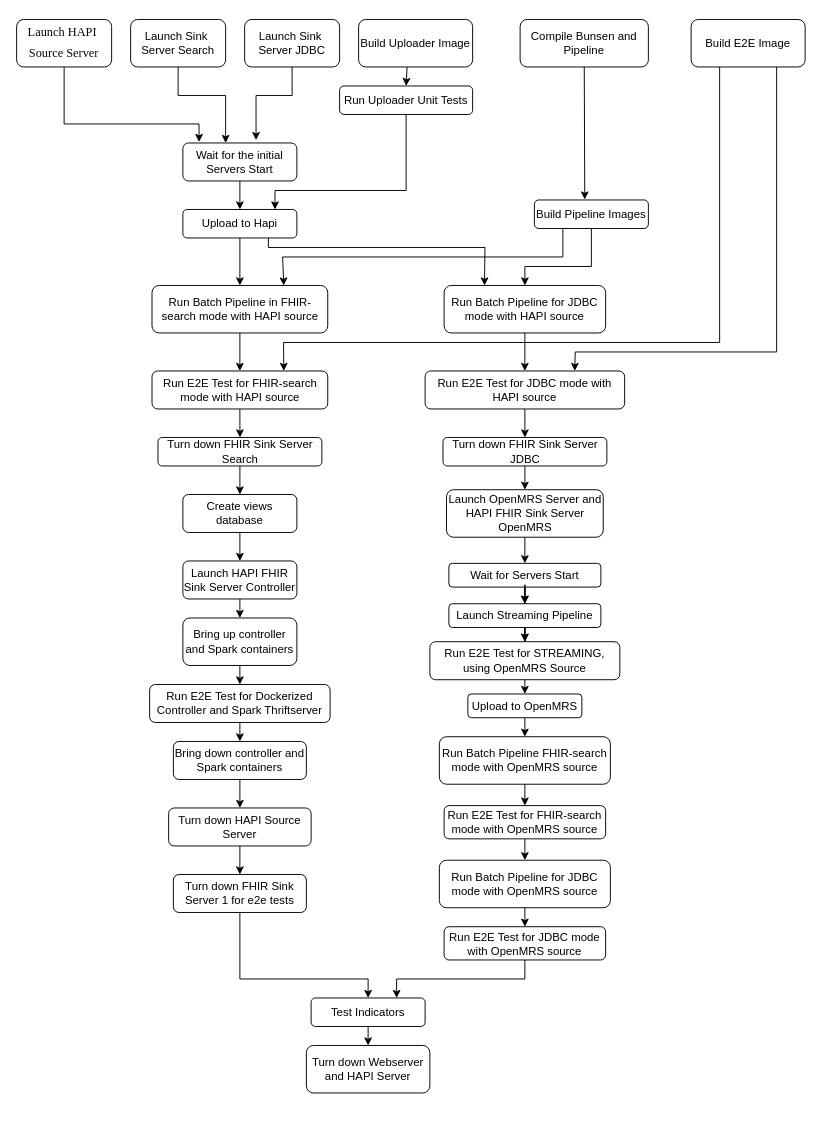
Before: doc/cloudbuild_flowChart.drawio.xml in google/fhir-data-pipes, a draw.io diagram. Source tidied: cells renumbered, new cells numbered last; positions are measured from the earlier drawing's top-left corner, leaving out a move shared by most shapes. Both pictures are drawn from the tidied source at 95%, with x=0, y=0 at pixel (16, 19).
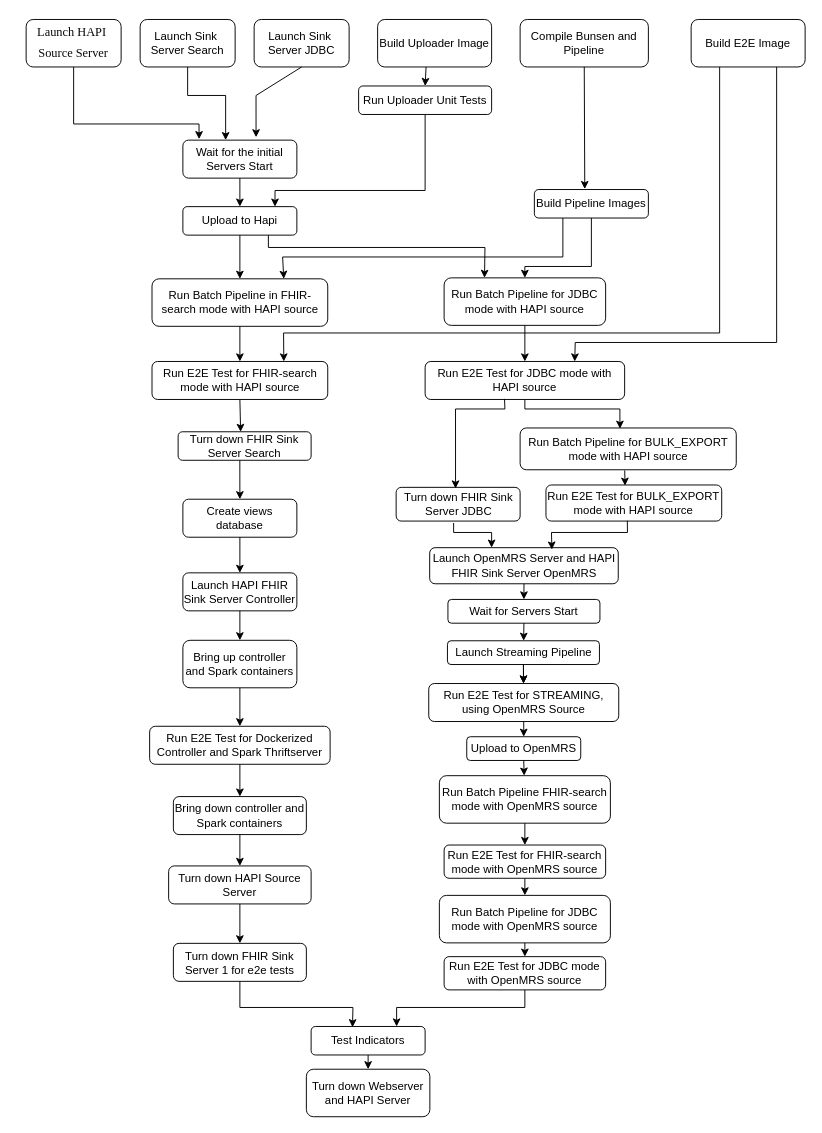
Above is the later version.

Unchanged cells that the change refers to:
```xml
<mxCell id="7" value="Build E2E Image" style="rounded=1;whiteSpace=wrap;html=1;" parent="1" vertex="1">
  <mxGeometry x="710" width="120" height="50" as="geometry" />
</mxCell>
```

What changed in the source:
```diff
@@
     <mxCell id="2" value="&lt;div style=&quot;background-color: rgb(255, 255, 255); font-size: 13px; line-height: 60%;&quot;&gt;&lt;pre style=&quot;line-height: 60%;&quot;&gt;&lt;font color=&quot;#080808&quot; style=&quot;font-size: 13px;&quot; face=&quot;Times New Roman&quot;&gt;&lt;font style=&quot;font-size: 13px;&quot;&gt;Launch HAPI &lt;/font&gt;&lt;/font&gt;&lt;/pre&gt;&lt;pre style=&quot;line-height: 60%;&quot;&gt;&lt;font color=&quot;#080808&quot; style=&quot;font-size: 13px;&quot; face=&quot;Times New Roman&quot;&gt;&lt;font style=&quot;font-size: 13px;&quot;&gt;Source Server&lt;/font&gt;&lt;/font&gt;&lt;/pre&gt;&lt;/div&gt;" style="rounded=1;whiteSpace=wrap;html=1;" parent="1" vertex="1">
-      <mxGeometry width="100" height="50" as="geometry" />
+      <mxGeometry x="10" width="100" height="50" as="geometry" />
     </mxCell>
@@
     <mxCell id="4" value="Build Uploader Image" style="rounded=1;whiteSpace=wrap;html=1;" parent="1" vertex="1">
-      <mxGeometry x="360" width="120" height="50" as="geometry" />
+      <mxGeometry x="380" width="120" height="50" as="geometry" />
     </mxCell>
     <mxCell id="5" value="Run Uploader Unit Tests" style="rounded=1;whiteSpace=wrap;html=1;" parent="1" vertex="1">
-      <mxGeometry x="340" y="70" width="140" height="30" as="geometry" />
+      <mxGeometry x="360" y="70" width="140" height="30" as="geometry" />
     </mxCell>
@@
     <mxCell id="8" value="Wait for the initial Servers Start" style="rounded=1;whiteSpace=wrap;html=1;" parent="1" vertex="1">
-      <mxGeometry x="175" y="130" width="120" height="40" as="geometry" />
+      <mxGeometry x="175" y="127" width="120" height="40" as="geometry" />
     </mxCell>
     <mxCell id="9" value="Upload to Hapi" style="rounded=1;whiteSpace=wrap;html=1;" parent="1" vertex="1">
-      <mxGeometry x="175" y="200" width="120" height="30" as="geometry" />
+      <mxGeometry x="175" y="197" width="120" height="30" as="geometry" />
     </mxCell>
@@
     <mxCell id="11" value="Build Pipeline Images" style="rounded=1;whiteSpace=wrap;html=1;" parent="1" vertex="1">
-      <mxGeometry x="545" y="190" width="120" height="30" as="geometry" />
+      <mxGeometry x="545" y="179" width="120" height="30" as="geometry" />
     </mxCell>
@@
     <mxCell id="13" value="Run Batch Pipeline in FHIR-search mode with HAPI source" style="rounded=1;whiteSpace=wrap;html=1;" parent="1" vertex="1">
-      <mxGeometry x="142.5" y="280" width="185" height="50" as="geometry" />
+      <mxGeometry x="142.5" y="273" width="185" height="50" as="geometry" />
     </mxCell>
@@
     <mxCell id="16" value="Run E2E Test for FHIR-search mode with HAPI source" style="rounded=1;whiteSpace=wrap;html=1;" parent="1" vertex="1">
-      <mxGeometry x="142.5" y="370" width="185" height="40" as="geometry" />
+      <mxGeometry x="142.5" y="360" width="185" height="40" as="geometry" />
     </mxCell>
@@
     <mxCell id="18" value="Run Batch Pipeline for JDBC mode with HAPI source" style="rounded=1;whiteSpace=wrap;html=1;" parent="1" vertex="1">
-      <mxGeometry x="450" y="280" width="170" height="50" as="geometry" />
+      <mxGeometry x="450" y="272" width="170" height="50" as="geometry" />
     </mxCell>
     <mxCell id="19" value="Run E2E Test for JDBC mode with HAPI source" style="rounded=1;whiteSpace=wrap;html=1;" parent="1" vertex="1">
-      <mxGeometry x="430" y="370" width="210" height="40" as="geometry" />
+      <mxGeometry x="430" y="360" width="210" height="40" as="geometry" />
     </mxCell>
@@
     <mxCell id="22" value="Turn down FHIR Sink Server JDBC" style="rounded=1;whiteSpace=wrap;html=1;" parent="1" vertex="1">
-      <mxGeometry x="448.8" y="440" width="172.5" height="30" as="geometry" />
+      <mxGeometry x="399.5" y="492.5" width="130.5" height="35.5" as="geometry" />
     </mxCell>
     <mxCell id="23" value="Create views database" style="rounded=1;whiteSpace=wrap;html=1;" parent="1" vertex="1">
-      <mxGeometry x="175" y="500" width="120" height="40" as="geometry" />
+      <mxGeometry x="175" y="505" width="120" height="40" as="geometry" />
     </mxCell>
     <mxCell id="24" value="Launch HAPI FHIR Sink Server Controller" style="rounded=1;whiteSpace=wrap;html=1;" parent="1" vertex="1">
-      <mxGeometry x="175" y="570" width="120" height="40" as="geometry" />
+      <mxGeometry x="175" y="582.5" width="120" height="40" as="geometry" />
     </mxCell>
@@
     <mxCell id="26" value="Bring up controller and Spark containers" style="rounded=1;whiteSpace=wrap;html=1;" parent="1" vertex="1">
-      <mxGeometry x="175" y="630" width="120" height="50" as="geometry" />
+      <mxGeometry x="175" y="653.5" width="120" height="50" as="geometry" />
     </mxCell>
@@
     <mxCell id="28" value="Run E2E Test for Dockerized Controller and Spark Thriftserver" style="rounded=1;whiteSpace=wrap;html=1;" parent="1" vertex="1">
-      <mxGeometry x="140" y="700" width="190" height="40" as="geometry" />
+      <mxGeometry x="140" y="744" width="190" height="40" as="geometry" />
     </mxCell>
@@
     <mxCell id="30" value="Bring down controller and Spark containers" style="rounded=1;whiteSpace=wrap;html=1;" parent="1" vertex="1">
-      <mxGeometry x="165" y="760" width="140" height="40" as="geometry" />
+      <mxGeometry x="165" y="818" width="140" height="40" as="geometry" />
     </mxCell>
@@
     <mxCell id="32" value="Turn down HAPI Source Server" style="rounded=1;whiteSpace=wrap;html=1;" parent="1" vertex="1">
-      <mxGeometry x="160" y="830" width="150" height="40" as="geometry" />
+      <mxGeometry x="160" y="891" width="150" height="40" as="geometry" />
     </mxCell>
@@
     <mxCell id="34" value="Launch OpenMRS Server and HAPI FHIR Sink Server OpenMRS" style="rounded=1;whiteSpace=wrap;html=1;" parent="1" vertex="1">
-      <mxGeometry x="452.5" y="495" width="165" height="50" as="geometry" />
+      <mxGeometry x="434.8" y="556" width="198.5" height="38" as="geometry" />
     </mxCell>
@@
     <mxCell id="36" value="Wait for Servers Start" style="rounded=1;whiteSpace=wrap;html=1;" parent="1" vertex="1">
-      <mxGeometry x="455" y="572.5" width="160" height="25" as="geometry" />
+      <mxGeometry x="454" y="610.5" width="160" height="25" as="geometry" />
     </mxCell>
@@
     <mxCell id="39" value="Run E2E Test for STREAMING, using OpenMRS Source" style="rounded=1;whiteSpace=wrap;html=1;" parent="1" vertex="1">
-      <mxGeometry x="435" y="655" width="200" height="40" as="geometry" />
+      <mxGeometry x="433.8" y="699" width="200" height="40" as="geometry" />
     </mxCell>
@@
     <mxCell id="41" value="Upload to OpenMRS" style="rounded=1;whiteSpace=wrap;html=1;" parent="1" vertex="1">
-      <mxGeometry x="475" y="710" width="120" height="25" as="geometry" />
+      <mxGeometry x="473.8" y="755" width="120" height="25" as="geometry" />
     </mxCell>
@@
     <mxCell id="43" value="Run Batch Pipeline FHIR-search mode with OpenMRS source" style="rounded=1;whiteSpace=wrap;html=1;" parent="1" vertex="1">
-      <mxGeometry x="445" y="755" width="180" height="50" as="geometry" />
+      <mxGeometry x="445" y="796" width="180" height="50" as="geometry" />
     </mxCell>
@@
     <mxCell id="45" value="Run E2E Test for FHIR-search mode with OpenMRS source" style="rounded=1;whiteSpace=wrap;html=1;" parent="1" vertex="1">
-      <mxGeometry x="450" y="827.5" width="170" height="35" as="geometry" />
+      <mxGeometry x="450" y="869" width="170" height="35" as="geometry" />
     </mxCell>
     <mxCell id="46" style="endArrow=classic;html=1;rounded=0;entryX=0.808;entryY=0;entryDx=0;entryDy=0;exitX=0.5;exitY=1;exitDx=0;exitDy=0;entryPerimeter=0;" parent="1" edge="1" source="5" target="9">
       <mxGeometry relative="1" as="geometry">
         <Array as="points">
-          <mxPoint x="410" y="180" />
+          <mxPoint x="430" y="180" />
           <mxPoint x="272" y="180" />
         </Array>
       </mxGeometry>
     </mxCell>
@@
     <mxCell id="48" value="Run Batch Pipeline for JDBC mode with OpenMRS source" style="rounded=1;whiteSpace=wrap;html=1;" parent="1" vertex="1">
-      <mxGeometry x="445" y="885" width="180" height="50" as="geometry" />
+      <mxGeometry x="445" y="922" width="180" height="50" as="geometry" />
     </mxCell>
     <mxCell id="49" value="Run E2E Test for JDBC mode with OpenMRS source" style="rounded=1;whiteSpace=wrap;html=1;" parent="1" vertex="1">
-      <mxGeometry x="450" y="955" width="170" height="35" as="geometry" />
+      <mxGeometry x="450" y="986.5" width="170" height="35" as="geometry" />
     </mxCell>
     <mxCell id="50" value="Test Indicators" style="rounded=1;whiteSpace=wrap;html=1;" parent="1" vertex="1">
-      <mxGeometry x="310" y="1030" width="120" height="30" as="geometry" />
+      <mxGeometry x="310" y="1060" width="120" height="30" as="geometry" />
     </mxCell>
     <mxCell id="51" value="Turn down Webserver and HAPI Server" style="rounded=1;whiteSpace=wrap;html=1;" parent="1" vertex="1">
-      <mxGeometry x="305" y="1080" width="130" height="50" as="geometry" />
+      <mxGeometry x="305" y="1105" width="130" height="50" as="geometry" />
     </mxCell>
@@
     <mxCell id="54" style="endArrow=classic;html=1;rounded=0;exitX=0.5;exitY=1;exitDx=0;exitDy=0;entryX=0.75;entryY=0;entryDx=0;entryDy=0;" parent="1" edge="1" source="49" target="50">
       <mxGeometry relative="1" as="geometry">
         <Array as="points">
-          <mxPoint x="535" y="1010" />
-          <mxPoint x="400" y="1010" />
+          <mxPoint x="535" y="1040" />
+          <mxPoint x="400" y="1040" />
         </Array>
       </mxGeometry>
     </mxCell>
@@
-    <mxCell id="56" style="edgeStyle=orthogonalEdgeStyle;rounded=0;jettySize=auto;html=1;" parent="1" edge="1" source="36" target="57">
-      <mxGeometry relative="1" as="geometry" />
-    </mxCell>
     <mxCell id="57" value="Launch Streaming Pipeline" style="rounded=1;whiteSpace=wrap;html=1;" parent="1" vertex="1">
-      <mxGeometry x="455" y="615" width="160" height="25" as="geometry" />
+      <mxGeometry x="453.5" y="654" width="160" height="25" as="geometry" />
     </mxCell>
     <mxCell id="58" style="endArrow=classic;html=1;rounded=0;exitX=0.25;exitY=1;exitDx=0;exitDy=0;entryX=0.75;entryY=0;entryDx=0;entryDy=0;" parent="1" edge="1" source="7" target="16">
       <mxGeometry relative="1" as="geometry">
         <Array as="points">
-          <mxPoint x="740" y="340" />
-          <mxPoint x="281" y="340" />
+          <mxPoint x="740" y="330" />
+          <mxPoint x="281" y="330" />
         </Array>
       </mxGeometry>
     </mxCell>
     <mxCell id="59" style="endArrow=classic;html=1;rounded=0;exitX=0.75;exitY=1;exitDx=0;exitDy=0;entryX=0.75;entryY=0;entryDx=0;entryDy=0;" parent="1" edge="1" source="7" target="19">
       <mxGeometry relative="1" as="geometry">
         <Array as="points">
-          <mxPoint x="800" y="350" />
-          <mxPoint x="588" y="350" />
+          <mxPoint x="800" y="340" />
+          <mxPoint x="588" y="340" />
         </Array>
       </mxGeometry>
     </mxCell>
     <mxCell id="60" value="Launch Sink&amp;nbsp;&lt;div&gt;Server Search&lt;/div&gt;" style="rounded=1;whiteSpace=wrap;html=1;" parent="1" vertex="1">
-      <mxGeometry x="120" width="100" height="50" as="geometry" />
+      <mxGeometry x="130" width="100" height="50" as="geometry" />
     </mxCell>
     <mxCell id="61" value="Launch Sink&amp;nbsp;&lt;div&gt;Server JDBC&lt;/div&gt;" style="rounded=1;whiteSpace=wrap;html=1;" parent="1" vertex="1">
-      <mxGeometry x="240" width="100" height="50" as="geometry" />
+      <mxGeometry x="250" width="100" height="50" as="geometry" />
     </mxCell>
     <mxCell id="62" style="endArrow=classic;html=1;rounded=0;exitX=0.5;exitY=1;exitDx=0;exitDy=0;entryX=0.375;entryY=0;entryDx=0;entryDy=0;entryPerimeter=0;" parent="1" edge="1" source="60" target="8">
       <mxGeometry relative="1" as="geometry">
         <Array as="points">
-          <mxPoint x="170" y="80" />
+          <mxPoint x="180" y="80" />
           <mxPoint x="220" y="80" />
         </Array>
       </mxGeometry>
     </mxCell>
     <mxCell id="63" style="endArrow=classic;html=1;rounded=0;exitX=0.5;exitY=1;exitDx=0;exitDy=0;entryX=0.642;entryY=-0.075;entryDx=0;entryDy=0;entryPerimeter=0;" parent="1" edge="1" source="61" target="8">
       <mxGeometry relative="1" as="geometry">
         <Array as="points">
-          <mxPoint x="290" y="80" />
           <mxPoint x="252" y="80" />
         </Array>
       </mxGeometry>
     </mxCell>
     <mxCell id="64" value="Turn down FHIR Sink Server Search" style="rounded=1;whiteSpace=wrap;html=1;" parent="1" vertex="1">
-      <mxGeometry x="148.8" y="440" width="172.5" height="30" as="geometry" />
+      <mxGeometry x="170" y="434" width="140" height="30" as="geometry" />
     </mxCell>
-    <mxCell id="65" style="endArrow=classic;html=1;rounded=0;exitX=0.5;exitY=1;exitDx=0;exitDy=0;" parent="1" edge="1" source="19" target="22">
-      <mxGeometry relative="1" as="geometry" />
-    </mxCell>
-    <mxCell id="66" style="endArrow=classic;html=1;rounded=0;exitX=0.5;exitY=1;exitDx=0;exitDy=0;entryX=0.5;entryY=0;entryDx=0;entryDy=0;" parent="1" edge="1" source="16" target="64">
-      <mxGeometry relative="1" as="geometry" />
-    </mxCell>
-    <mxCell id="67" style="endArrow=classic;html=1;rounded=0;exitX=0.5;exitY=1;exitDx=0;exitDy=0;entryX=0.5;entryY=0;entryDx=0;entryDy=0;" parent="1" edge="1" source="64" target="23">
-      <mxGeometry relative="1" as="geometry" />
-    </mxCell>
-    <mxCell id="68" style="endArrow=classic;html=1;rounded=0;exitX=0.5;exitY=1;exitDx=0;exitDy=0;" parent="1" edge="1" source="22" target="34">
-      <mxGeometry relative="1" as="geometry" />
-    </mxCell>
     <mxCell id="69" value="Turn down FHIR Sink Server 1 for e2e tests" style="rounded=1;whiteSpace=wrap;html=1;" parent="1" vertex="1">
-      <mxGeometry x="165" y="900" width="140" height="40" as="geometry" />
+      <mxGeometry x="165" y="972.5" width="140" height="40" as="geometry" />
     </mxCell>
@@
-    <mxCell id="71" style="endArrow=classic;html=1;rounded=0;exitX=0.5;exitY=1;exitDx=0;exitDy=0;entryX=0.5;entryY=0;entryDx=0;entryDy=0;" parent="1" edge="1" source="69" target="50">
+    <mxCell id="71" style="endArrow=classic;html=1;rounded=0;exitX=0.5;exitY=1;exitDx=0;exitDy=0;entryX=0.363;entryY=0.027;entryDx=0;entryDy=0;entryPerimeter=0;" parent="1" edge="1" source="69" target="50">
       <mxGeometry relative="1" as="geometry">
         <Array as="points">
-          <mxPoint x="235" y="1010" />
-          <mxPoint x="370" y="1010" />
+          <mxPoint x="235" y="1040" />
+          <mxPoint x="354" y="1040" />
         </Array>
       </mxGeometry>
     </mxCell>
     <mxCell id="72" style="endArrow=classic;html=1;rounded=0;exitX=0.5;exitY=1;exitDx=0;exitDy=0;entryX=0.142;entryY=-0.025;entryDx=0;entryDy=0;entryPerimeter=0;" parent="1" edge="1" source="2" target="8">
       <mxGeometry relative="1" as="geometry">
         <Array as="points">
-          <mxPoint x="50" y="110" />
+          <mxPoint x="60" y="110" />
           <mxPoint x="192" y="110" />
         </Array>
       </mxGeometry>
     </mxCell>
@@
+    <mxCell id="67" style="endArrow=classic;html=1;rounded=0;exitX=0.464;exitY=1;exitDx=0;exitDy=0;exitPerimeter=0;entryX=0.5;entryY=0;entryDx=0;entryDy=0;" parent="1" edge="1" source="64" target="23">
+      <mxGeometry relative="1" as="geometry" />
+    </mxCell>
+    <mxCell id="74" value="Run Batch Pipeline for BULK_EXPORT mode with HAPI source" style="rounded=1;whiteSpace=wrap;html=1;" parent="1" vertex="1">
+      <mxGeometry x="530" y="430" width="227.5" height="44" as="geometry" />
+    </mxCell>
+    <mxCell id="75" value="Run E2E Test for BULK_EXPORT mode with HAPI source" style="rounded=1;whiteSpace=wrap;html=1;" parent="1" vertex="1">
+      <mxGeometry x="557.2" y="490" width="185" height="38" as="geometry" />
+    </mxCell>
+    <mxCell id="76" style="endArrow=classic;html=1;rounded=0;exitX=0.484;exitY=1.016;exitDx=0;exitDy=0;exitPerimeter=0;entryX=0.45;entryY=0.02;entryDx=0;entryDy=0;entryPerimeter=0;" parent="1" edge="1" source="74" target="75">
+      <mxGeometry relative="1" as="geometry" />
+    </mxCell>
+    <mxCell id="77" style="endArrow=classic;html=1;rounded=0;exitX=0.5;exitY=1;exitDx=0;exitDy=0;entryX=0.462;entryY=0.018;entryDx=0;entryDy=0;entryPerimeter=0;" parent="1" edge="1" source="19" target="74">
+      <mxGeometry relative="1" as="geometry">
+        <Array as="points">
+          <mxPoint x="535" y="410" />
+          <mxPoint x="635" y="410" />
+        </Array>
+      </mxGeometry>
+    </mxCell>
+    <mxCell id="66" style="endArrow=classic;html=1;rounded=0;exitX=0.5;exitY=1;exitDx=0;exitDy=0;entryX=0.47;entryY=0.005;entryDx=0;entryDy=0;entryPerimeter=0;" parent="1" edge="1" source="16" target="64">
+      <mxGeometry relative="1" as="geometry" />
+    </mxCell>
+    <mxCell id="65" style="endArrow=classic;html=1;rounded=0;exitX=0.398;exitY=0.985;exitDx=0;exitDy=0;exitPerimeter=0;entryX=0.479;entryY=0.034;entryDx=0;entryDy=0;entryPerimeter=0;" parent="1" edge="1" source="19" target="22">
+      <mxGeometry relative="1" as="geometry">
+        <Array as="points">
+          <mxPoint x="514" y="410" />
+          <mxPoint x="462" y="410" />
+        </Array>
+      </mxGeometry>
+    </mxCell>
+    <mxCell id="78" style="endArrow=classic;html=1;rounded=0;" parent="1" edge="1">
+      <mxGeometry relative="1" as="geometry">
+        <mxPoint x="460" y="530" as="sourcePoint" />
+        <mxPoint x="500" y="556" as="targetPoint" />
+        <Array as="points">
+          <mxPoint x="460" y="540" />
+          <mxPoint x="500" y="540" />
+        </Array>
+      </mxGeometry>
+    </mxCell>
+    <mxCell id="79" style="endArrow=classic;html=1;rounded=0;exitX=0.463;exitY=0.994;exitDx=0;exitDy=0;exitPerimeter=0;entryX=0.648;entryY=0.053;entryDx=0;entryDy=0;entryPerimeter=0;" parent="1" edge="1" source="75" target="34">
+      <mxGeometry relative="1" as="geometry">
+        <Array as="points">
+          <mxPoint x="643" y="540" />
+          <mxPoint x="563" y="540" />
+        </Array>
+      </mxGeometry>
+    </mxCell>
```
